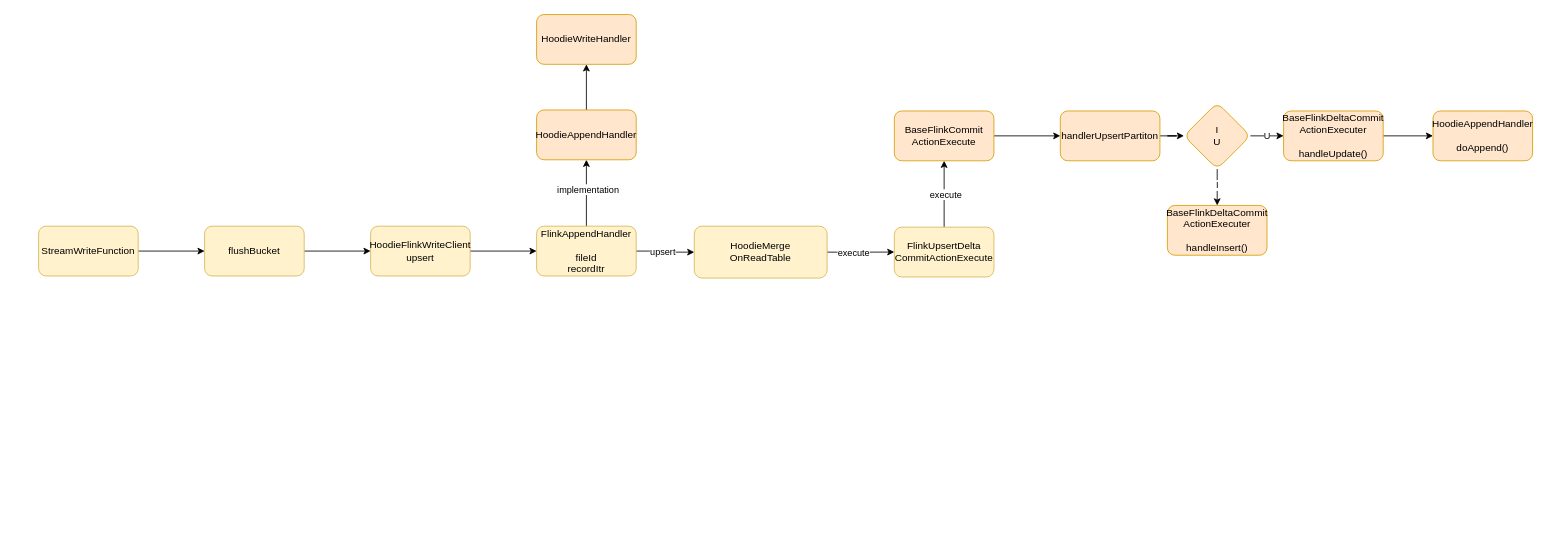
Above: hudi.drawio in qiufang1314/drawio (draw.io), before the change. Source tidied: cells renumbered, new cells numbered last; positions are measured from the earlier drawing's top-left corner, leaving out a move shared by most shapes. Both pictures are drawn from the tidied source at 83%, with x=0, y=0 at pixel (38, 14).
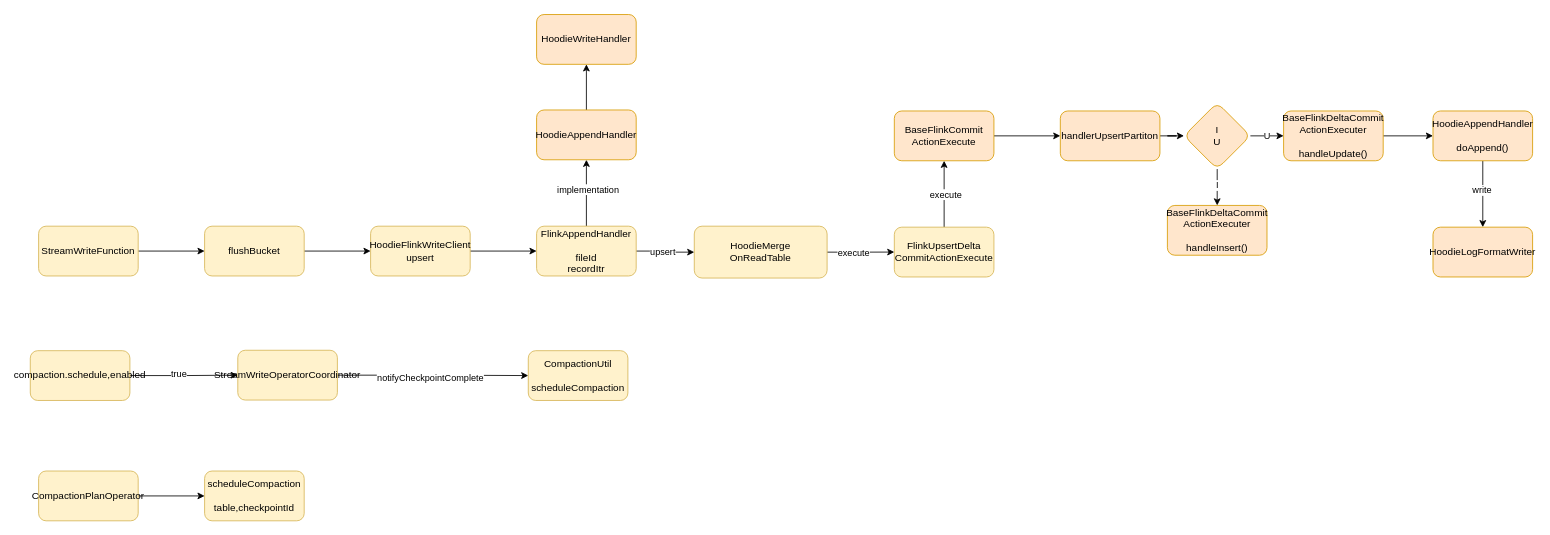
After the change.

Unchanged cells that the change refers to:
```xml
<mxCell id="27" value="HoodieAppendHandler&lt;br&gt;&lt;br&gt;doAppend()" style="whiteSpace=wrap;html=1;fillColor=#ffe6cc;strokeColor=#d79b00;rounded=1;" parent="1" vertex="1">
  <mxGeometry x="1680" y="116.2" width="120" height="60" as="geometry" />
</mxCell>
```

Change to the diagram source:
```diff
@@
+    <mxCell id="34" style="edgeStyle=orthogonalEdgeStyle;rounded=0;jettySize=auto;html=1;" parent="1" edge="1" source="27" target="36">
+      <mxGeometry relative="1" as="geometry" />
+    </mxCell>
+    <mxCell id="35" value="write" style="edgeLabel;html=1;align=center;verticalAlign=middle;" parent="34" vertex="1">
+      <mxGeometry x="-0.13" y="-2" relative="1" as="geometry" />
+    </mxCell>
@@
+    <mxCell id="36" value="HoodieLogFormatWriter" style="whiteSpace=wrap;html=1;fillColor=#ffe6cc;strokeColor=#d79b00;rounded=1;" parent="1" vertex="1">
+      <mxGeometry x="1680" y="256.2" width="120" height="60" as="geometry" />
+    </mxCell>
+    <mxCell id="37" style="edgeStyle=orthogonalEdgeStyle;rounded=0;jettySize=auto;html=1;" parent="1" edge="1" source="38" target="39">
+      <mxGeometry relative="1" as="geometry" />
+    </mxCell>
+    <mxCell id="38" value="CompactionPlanOperator" style="rounded=1;whiteSpace=wrap;html=1;fillColor=#fff2cc;strokeColor=#d6b656;" parent="1" vertex="1">
+      <mxGeometry y="550" width="120" height="60" as="geometry" />
+    </mxCell>
+    <mxCell id="39" value="scheduleCompaction&lt;br&gt;&lt;br&gt;table,checkpointId" style="whiteSpace=wrap;html=1;fillColor=#fff2cc;strokeColor=#d6b656;rounded=1;" parent="1" vertex="1">
+      <mxGeometry x="200" y="550" width="120" height="60" as="geometry" />
+    </mxCell>
+    <mxCell id="40" style="edgeStyle=orthogonalEdgeStyle;rounded=0;jettySize=auto;html=1;" parent="1" edge="1" source="42" target="45">
+      <mxGeometry relative="1" as="geometry" />
+    </mxCell>
+    <mxCell id="41" value="true" style="edgeLabel;html=1;align=center;verticalAlign=middle;" parent="40" vertex="1">
+      <mxGeometry x="-0.11" y="3" relative="1" as="geometry" />
+    </mxCell>
+    <mxCell id="42" value="compaction.schedule,enabled" style="rounded=1;whiteSpace=wrap;html=1;fillColor=#fff2cc;strokeColor=#d6b656;" parent="1" vertex="1">
+      <mxGeometry x="-10" y="405" width="120" height="60" as="geometry" />
+    </mxCell>
+    <mxCell id="43" style="edgeStyle=orthogonalEdgeStyle;rounded=0;jettySize=auto;html=1;" parent="1" edge="1" source="45" target="46">
+      <mxGeometry relative="1" as="geometry" />
+    </mxCell>
+    <mxCell id="44" value="notifyCheckpointComplete" style="edgeLabel;html=1;align=center;verticalAlign=middle;" parent="43" vertex="1">
+      <mxGeometry x="-0.04" y="-2" relative="1" as="geometry">
+        <mxPoint y="1" as="offset" />
+      </mxGeometry>
+    </mxCell>
+    <mxCell id="45" value="StreamWriteOperatorCoordinator" style="whiteSpace=wrap;html=1;fillColor=#fff2cc;strokeColor=#d6b656;rounded=1;" parent="1" vertex="1">
+      <mxGeometry x="240" y="404.5" width="120" height="60" as="geometry" />
+    </mxCell>
+    <mxCell id="46" value="CompactionUtil&lt;br&gt;&lt;br&gt;scheduleCompaction" style="whiteSpace=wrap;html=1;fillColor=#fff2cc;strokeColor=#d6b656;rounded=1;" parent="1" vertex="1">
+      <mxGeometry x="590" y="405" width="120" height="60" as="geometry" />
+    </mxCell>
```
